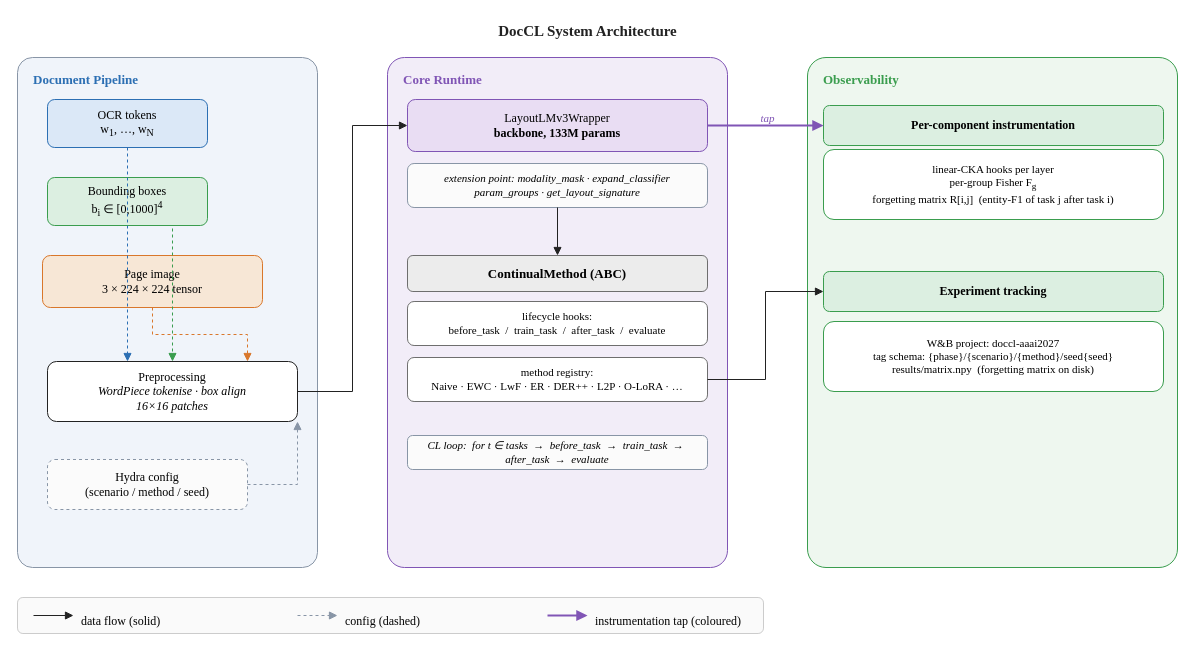
The draw.io diagram thesis/figures_src/drawio/system_architecture.drawio in hoangthanh283/CLUE, before the edit. Source tidied: cells renumbered, new cells numbered last; positions are measured from the earlier drawing's top-left corner, leaving out a move shared by most shapes. Both pictures are drawn from the tidied source at 100%, with x=0, y=0 at pixel (17, 17).
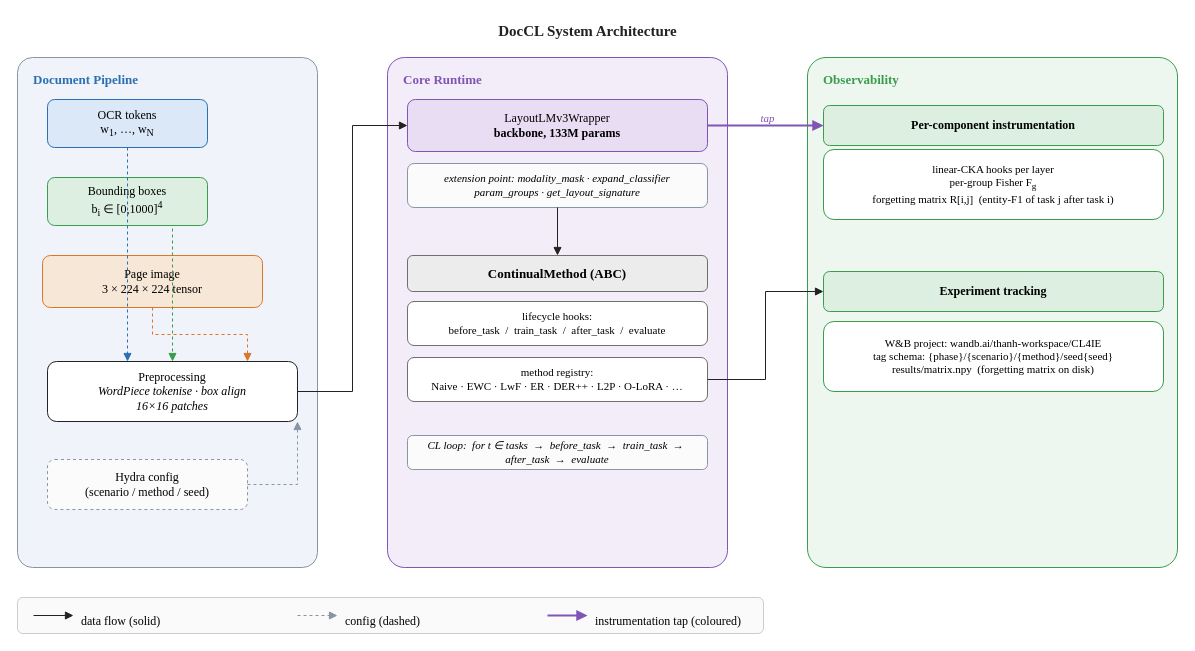
Above is the later version.

The edit, as a diff of the source:
```diff
@@
-    <mxCell id="29" value="W&amp;amp;B project: doccl-aaai2027&lt;br&gt;tag schema: {phase}/{scenario}/{method}/seed{seed}&lt;br&gt;results/matrix.npy &amp;nbsp;(forgetting matrix on disk)" style="rounded=1;whiteSpace=wrap;html=1;fillColor=#FFFFFF;strokeColor=#3A9D4E;fontFamily=Times New Roman;fontSize=11;" parent="1" vertex="1">
+    <mxCell id="29" value="W&amp;amp;B project: wandb.ai/thanh-workspace/CL4IE&lt;br&gt;tag schema: {phase}/{scenario}/{method}/seed{seed}&lt;br&gt;results/matrix.npy &amp;nbsp;(forgetting matrix on disk)" style="rounded=1;whiteSpace=wrap;html=1;fillColor=#FFFFFF;strokeColor=#3A9D4E;fontFamily=Times New Roman;fontSize=11;" parent="1" vertex="1">
       <mxGeometry x="806" y="304" width="340" height="70" as="geometry" />
     </mxCell>
```
